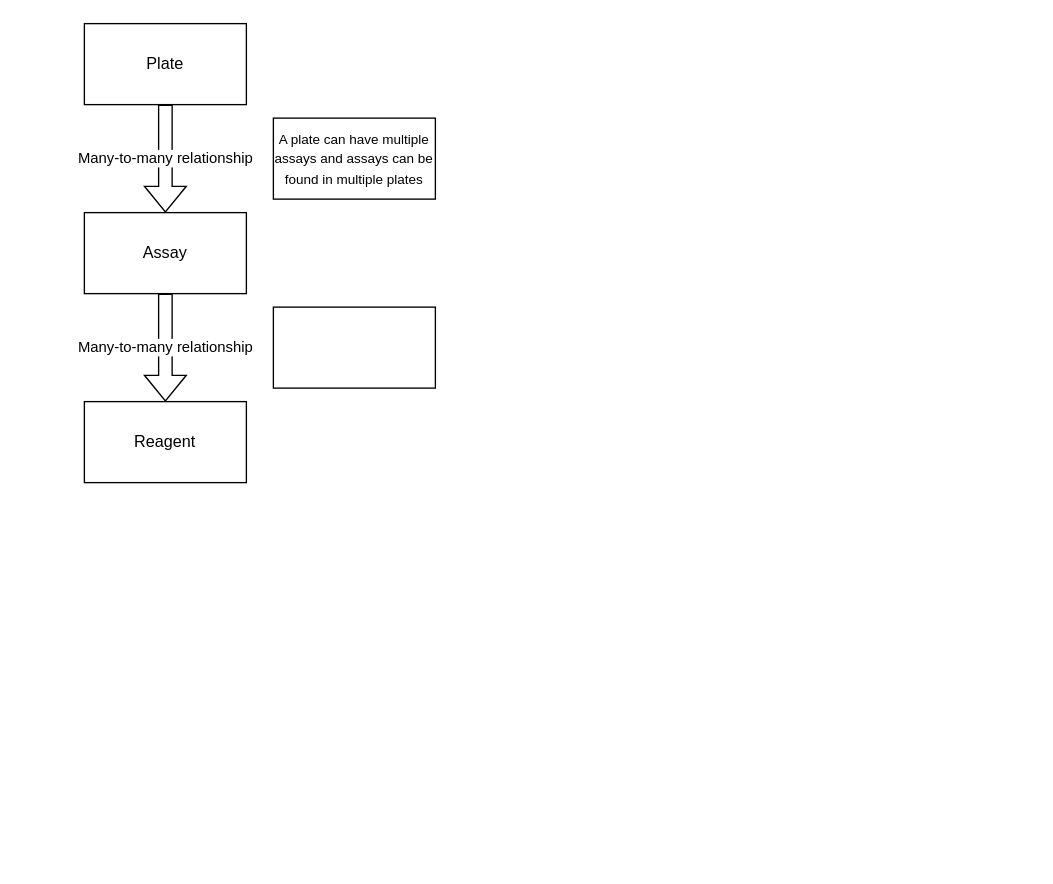
Earlier version of the draw.io diagram page "Plate Schema" (5 of 5) of Untitled Diagram.drawio (FusRaDa/pcr-paperwork-website-draw). Source tidied: cells renumbered, new cells numbered last; positions are measured from the earlier drawing's top-left corner, leaving out a move shared by most shapes. Both pictures are drawn from the tidied source at 135%, with x=0, y=0 at pixel (84, 23).
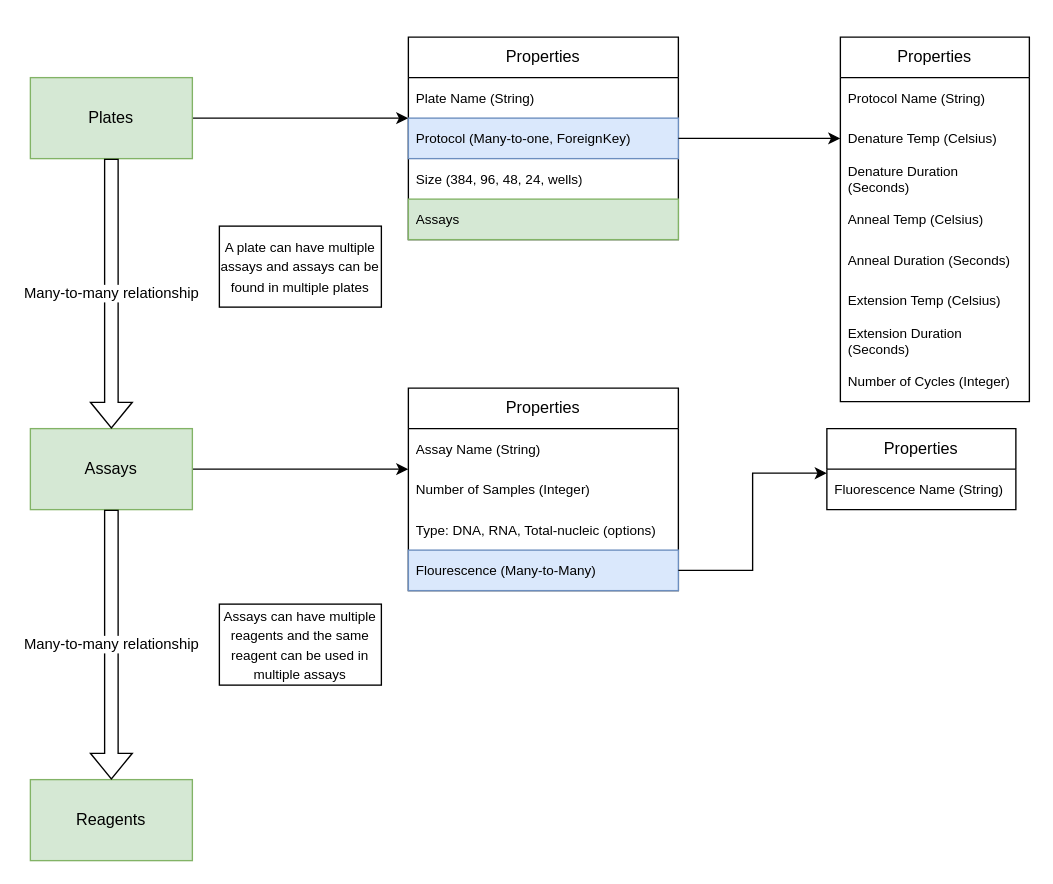
The same page after the edit.

Change to the diagram source:
```diff
@@
+    <mxCell id="9" style="edgeStyle=orthogonalEdgeStyle;rounded=0;jettySize=auto;html=1;" parent="1" edge="1" source="2">
+      <mxGeometry relative="1" as="geometry">
+        <mxPoint x="240" y="70" as="targetPoint" />
+      </mxGeometry>
+    </mxCell>
-    <mxCell id="2" value="Plate" style="rounded=0;whiteSpace=wrap;html=1;" parent="1" vertex="1">
-      <mxGeometry width="120" height="60" as="geometry" />
+    <mxCell id="2" value="Plates" style="rounded=0;whiteSpace=wrap;html=1;fillColor=#d5e8d4;strokeColor=#82b366;" parent="1" vertex="1">
+      <mxGeometry x="-40" y="40" width="120" height="60" as="geometry" />
     </mxCell>
+    <mxCell id="10" style="edgeStyle=orthogonalEdgeStyle;rounded=0;jettySize=auto;html=1;" parent="1" edge="1" source="3">
+      <mxGeometry relative="1" as="geometry">
+        <mxPoint x="240" y="330" as="targetPoint" />
+      </mxGeometry>
+    </mxCell>
-    <mxCell id="3" value="Assay" style="rounded=0;whiteSpace=wrap;html=1;" parent="1" vertex="1">
-      <mxGeometry y="140" width="120" height="60" as="geometry" />
+    <mxCell id="3" value="Assays" style="rounded=0;whiteSpace=wrap;html=1;fillColor=#d5e8d4;strokeColor=#82b366;" parent="1" vertex="1">
+      <mxGeometry x="-40" y="300" width="120" height="60" as="geometry" />
     </mxCell>
-    <mxCell id="4" value="Reagent" style="rounded=0;whiteSpace=wrap;html=1;" parent="1" vertex="1">
-      <mxGeometry y="280" width="120" height="60" as="geometry" />
+    <mxCell id="4" value="Reagents" style="rounded=0;whiteSpace=wrap;html=1;fillColor=#d5e8d4;strokeColor=#82b366;" parent="1" vertex="1">
+      <mxGeometry x="-40" y="560" width="120" height="60" as="geometry" />
     </mxCell>
@@
     <mxCell id="7" value="&lt;font style=&quot;font-size: 10px;&quot;&gt;A plate can have multiple assays and assays can be found in multiple plates&lt;/font&gt;" style="rounded=0;whiteSpace=wrap;html=1;" parent="1" vertex="1">
-      <mxGeometry x="140" y="70" width="120" height="60" as="geometry" />
+      <mxGeometry x="100" y="150" width="120" height="60" as="geometry" />
     </mxCell>
-    <mxCell id="8" style="rounded=0;whiteSpace=wrap;html=1;" parent="1" vertex="1">
-      <mxGeometry x="140" y="210" width="120" height="60" as="geometry" />
+    <mxCell id="8" value="&lt;font style=&quot;font-size: 10px;&quot;&gt;Assays can have multiple reagents and the same reagent can be used in multiple assays&lt;/font&gt;" style="rounded=0;whiteSpace=wrap;html=1;" parent="1" vertex="1">
+      <mxGeometry x="100" y="430" width="120" height="60" as="geometry" />
     </mxCell>
+    <mxCell id="11" value="Properties" style="swimlane;fontStyle=0;horizontal=1;startSize=30;whiteSpace=wrap;html=1;" parent="1" vertex="1">
+      <mxGeometry x="240" y="10" width="200" height="150" as="geometry" />
+    </mxCell>
+    <mxCell id="12" value="Plate Name (String)" style="text;strokeColor=none;fillColor=none;align=left;verticalAlign=middle;spacingLeft=4;spacingRight=4;overflow=hidden;whiteSpace=wrap;html=1;fontSize=10;" parent="11" vertex="1">
+      <mxGeometry y="30" width="200" height="30" as="geometry" />
+    </mxCell>
+    <mxCell id="13" value="Protocol (Many-to-one, ForeignKey)" style="text;strokeColor=#6c8ebf;fillColor=#dae8fc;align=left;verticalAlign=middle;spacingLeft=4;spacingRight=4;overflow=hidden;points=[[0,0.5],[1,0.5]];portConstraint=eastwest;whiteSpace=wrap;html=1;fontSize=10;" parent="11" vertex="1">
+      <mxGeometry y="60" width="200" height="30" as="geometry" />
+    </mxCell>
+    <mxCell id="14" value="Size (384, 96, 48, 24, wells)" style="text;strokeColor=none;fillColor=none;align=left;verticalAlign=middle;spacingLeft=4;spacingRight=4;overflow=hidden;whiteSpace=wrap;html=1;fontSize=10;" parent="11" vertex="1">
+      <mxGeometry y="90" width="200" height="30" as="geometry" />
+    </mxCell>
+    <mxCell id="15" value="Assays" style="text;strokeColor=#82b366;fillColor=#d5e8d4;align=left;verticalAlign=middle;spacingLeft=4;spacingRight=4;overflow=hidden;whiteSpace=wrap;html=1;fontSize=10;" parent="11" vertex="1">
+      <mxGeometry y="120" width="200" height="30" as="geometry" />
+    </mxCell>
+    <mxCell id="16" value="Properties" style="swimlane;fontStyle=0;horizontal=1;startSize=30;whiteSpace=wrap;html=1;" parent="1" vertex="1">
+      <mxGeometry x="560" y="10" width="140" height="270" as="geometry" />
+    </mxCell>
+    <mxCell id="17" value="Protocol Name (String)" style="text;strokeColor=none;fillColor=none;align=left;verticalAlign=middle;spacingLeft=4;spacingRight=4;overflow=hidden;whiteSpace=wrap;html=1;fontSize=10;" parent="16" vertex="1">
+      <mxGeometry y="30" width="140" height="30" as="geometry" />
+    </mxCell>
+    <mxCell id="18" value="Denature Temp (Celsius)" style="text;strokeColor=none;fillColor=none;align=left;verticalAlign=middle;spacingLeft=4;spacingRight=4;overflow=hidden;points=[[0,0.5],[1,0.5]];portConstraint=eastwest;whiteSpace=wrap;html=1;fontSize=10;" parent="16" vertex="1">
+      <mxGeometry y="60" width="140" height="30" as="geometry" />
+    </mxCell>
+    <mxCell id="19" value="Denature Duration (Seconds)" style="text;strokeColor=none;fillColor=none;align=left;verticalAlign=middle;spacingLeft=4;spacingRight=4;overflow=hidden;whiteSpace=wrap;html=1;fontSize=10;" parent="16" vertex="1">
+      <mxGeometry y="90" width="140" height="30" as="geometry" />
+    </mxCell>
+    <mxCell id="20" value="Anneal Temp (Celsius)" style="text;strokeColor=none;fillColor=none;align=left;verticalAlign=middle;spacingLeft=4;spacingRight=4;overflow=hidden;whiteSpace=wrap;html=1;fontSize=10;" parent="16" vertex="1">
+      <mxGeometry y="120" width="140" height="30" as="geometry" />
+    </mxCell>
+    <mxCell id="21" value="Anneal Duration (Seconds)" style="text;strokeColor=none;fillColor=none;align=left;verticalAlign=middle;spacingLeft=4;spacingRight=4;overflow=hidden;whiteSpace=wrap;html=1;fontSize=10;" parent="16" vertex="1">
+      <mxGeometry y="150" width="140" height="30" as="geometry" />
+    </mxCell>
+    <mxCell id="22" value="Extension Temp (Celsius)" style="text;strokeColor=none;fillColor=none;align=left;verticalAlign=middle;spacingLeft=4;spacingRight=4;overflow=hidden;whiteSpace=wrap;html=1;fontSize=10;" parent="16" vertex="1">
+      <mxGeometry y="180" width="140" height="30" as="geometry" />
+    </mxCell>
+    <mxCell id="23" value="Extension Duration (Seconds)" style="text;strokeColor=none;fillColor=none;align=left;verticalAlign=middle;spacingLeft=4;spacingRight=4;overflow=hidden;whiteSpace=wrap;html=1;fontSize=10;" parent="16" vertex="1">
+      <mxGeometry y="210" width="140" height="30" as="geometry" />
+    </mxCell>
+    <mxCell id="24" value="Number of Cycles (Integer)" style="text;strokeColor=none;fillColor=none;align=left;verticalAlign=middle;spacingLeft=4;spacingRight=4;overflow=hidden;whiteSpace=wrap;html=1;fontSize=10;" parent="16" vertex="1">
+      <mxGeometry y="240" width="140" height="30" as="geometry" />
+    </mxCell>
+    <mxCell id="25" style="edgeStyle=orthogonalEdgeStyle;rounded=0;jettySize=auto;html=1;entryX=0;entryY=0.5;entryDx=0;entryDy=0;" parent="1" edge="1" source="13" target="18">
+      <mxGeometry relative="1" as="geometry" />
+    </mxCell>
+    <mxCell id="26" value="Properties" style="swimlane;fontStyle=0;horizontal=1;startSize=30;whiteSpace=wrap;html=1;" parent="1" vertex="1">
+      <mxGeometry x="240" y="270" width="200" height="150" as="geometry" />
+    </mxCell>
+    <mxCell id="27" value="Assay Name (String)" style="text;strokeColor=none;fillColor=none;align=left;verticalAlign=middle;spacingLeft=4;spacingRight=4;overflow=hidden;whiteSpace=wrap;html=1;fontSize=10;" parent="26" vertex="1">
+      <mxGeometry y="30" width="200" height="30" as="geometry" />
+    </mxCell>
+    <mxCell id="28" value="Number of Samples (Integer)" style="text;strokeColor=none;fillColor=none;align=left;verticalAlign=middle;spacingLeft=4;spacingRight=4;overflow=hidden;whiteSpace=wrap;html=1;fontSize=10;" parent="26" vertex="1">
+      <mxGeometry y="60" width="200" height="30" as="geometry" />
+    </mxCell>
+    <mxCell id="29" value="Type: DNA, RNA, Total-nucleic (options)&amp;nbsp;" style="text;strokeColor=none;fillColor=none;align=left;verticalAlign=middle;spacingLeft=4;spacingRight=4;overflow=hidden;whiteSpace=wrap;html=1;fontSize=10;" parent="26" vertex="1">
+      <mxGeometry y="90" width="200" height="30" as="geometry" />
+    </mxCell>
+    <mxCell id="30" value="Flourescence (Many-to-Many)" style="text;strokeColor=#6c8ebf;fillColor=#dae8fc;align=left;verticalAlign=middle;spacingLeft=4;spacingRight=4;overflow=hidden;points=[[0,0.5],[1,0.5]];portConstraint=eastwest;whiteSpace=wrap;html=1;fontSize=10;" parent="26" vertex="1">
+      <mxGeometry y="120" width="200" height="30" as="geometry" />
+    </mxCell>
+    <mxCell id="31" value="Properties" style="swimlane;fontStyle=0;horizontal=1;startSize=30;whiteSpace=wrap;html=1;" parent="1" vertex="1">
+      <mxGeometry x="550" y="300" width="140" height="60" as="geometry" />
+    </mxCell>
+    <mxCell id="32" value="Fluorescence Name (String)" style="text;strokeColor=none;fillColor=none;align=left;verticalAlign=middle;spacingLeft=4;spacingRight=4;overflow=hidden;points=[[0,0.5],[1,0.5]];portConstraint=eastwest;whiteSpace=wrap;html=1;fontSize=10;" parent="31" vertex="1">
+      <mxGeometry y="30" width="140" height="30" as="geometry" />
+    </mxCell>
+    <mxCell id="33" style="edgeStyle=orthogonalEdgeStyle;rounded=0;jettySize=auto;html=1;entryX=0;entryY=0.1;entryDx=0;entryDy=0;entryPerimeter=0;" parent="1" edge="1" source="30" target="32">
+      <mxGeometry relative="1" as="geometry" />
+    </mxCell>
```
